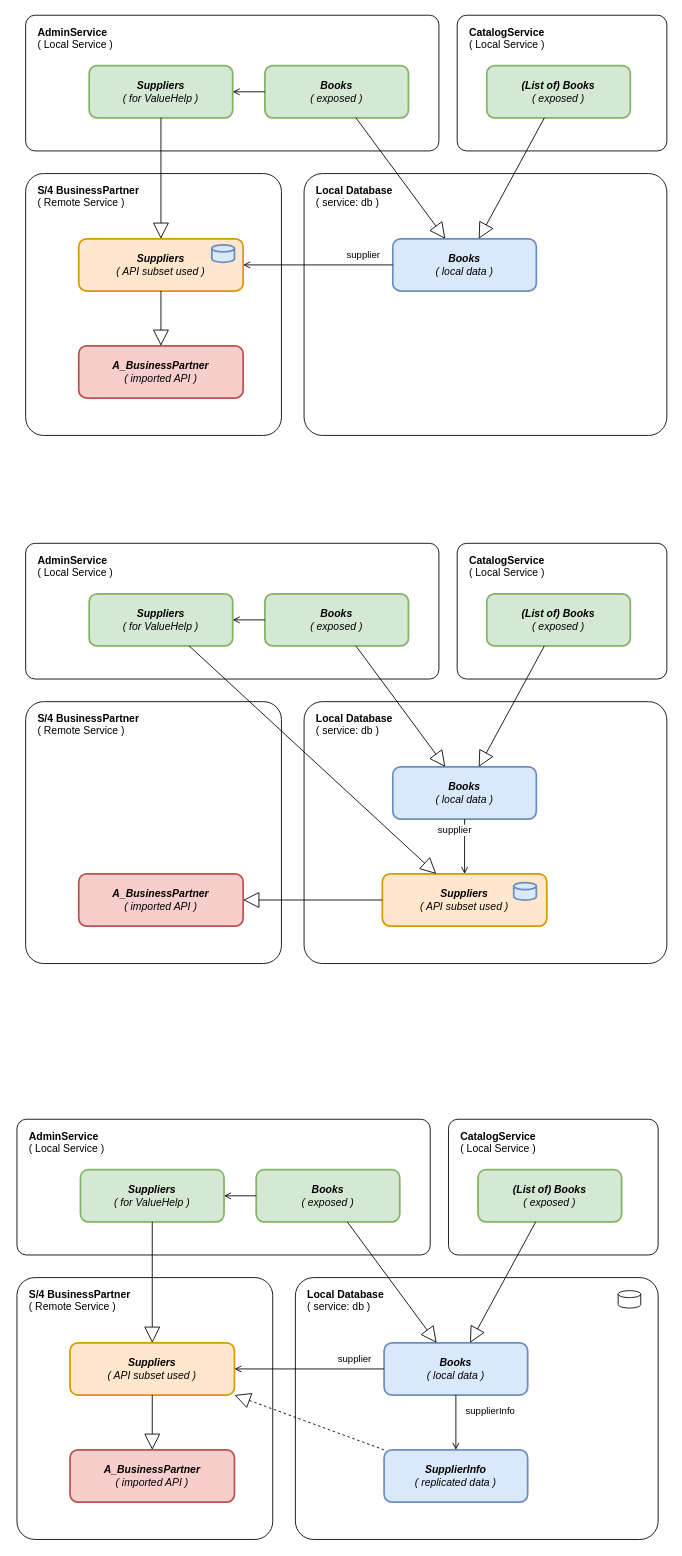
Earlier version of the draw.io diagram suppliers/model.drawio (SAP-samples/cloud-cap-samples). Source tidied: cells renumbered, new cells numbered last; positions are measured from the earlier drawing's top-left corner, leaving out a move shared by most shapes. Both pictures are drawn from the tidied source at 87%, with x=0, y=0 at pixel (17, 15).
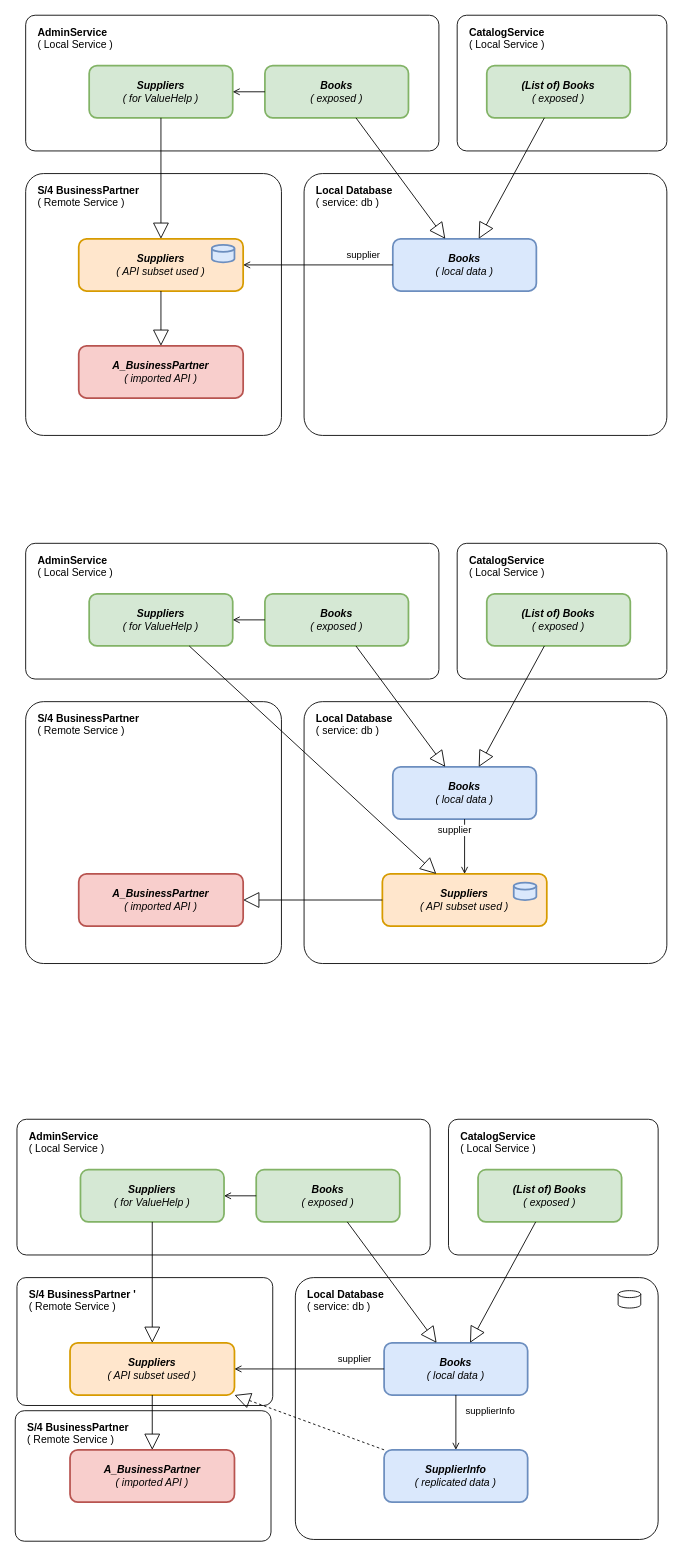
Above is the later version.

The edit, as a diff of the source:
```diff
@@
+    <mxCell id="56" value="S/4 BusinessPartner &lt;br&gt;&lt;span style=&quot;font-weight: normal&quot;&gt;( Remote Service&amp;nbsp;)&lt;/span&gt;" style="rounded=1;whiteSpace=wrap;html=1;sketch=0;verticalAlign=top;align=left;arcSize=7;spacing=8;spacingLeft=6;fontStyle=1;" parent="1" vertex="1">
+      <mxGeometry x="-2" y="1604" width="294" height="150" as="geometry" />
+    </mxCell>
@@
-    <mxCell id="3" value="S/4 BusinessPartner &lt;br&gt;&lt;span style=&quot;font-weight: normal&quot;&gt;( Remote Service&amp;nbsp;)&lt;/span&gt;" style="rounded=1;whiteSpace=wrap;html=1;sketch=0;verticalAlign=top;align=left;arcSize=7;spacing=8;spacingLeft=6;fontStyle=1;" parent="1" vertex="1">
-      <mxGeometry y="1451" width="294" height="301" as="geometry" />
+    <mxCell id="3" value="S/4 BusinessPartner '&lt;br&gt;&lt;span style=&quot;font-weight: normal&quot;&gt;( Remote Service&amp;nbsp;)&lt;/span&gt;" style="rounded=1;whiteSpace=wrap;html=1;sketch=0;verticalAlign=top;align=left;arcSize=7;spacing=8;spacingLeft=6;fontStyle=1;" parent="1" vertex="1">
+      <mxGeometry y="1451" width="294" height="147" as="geometry" />
     </mxCell>
```
